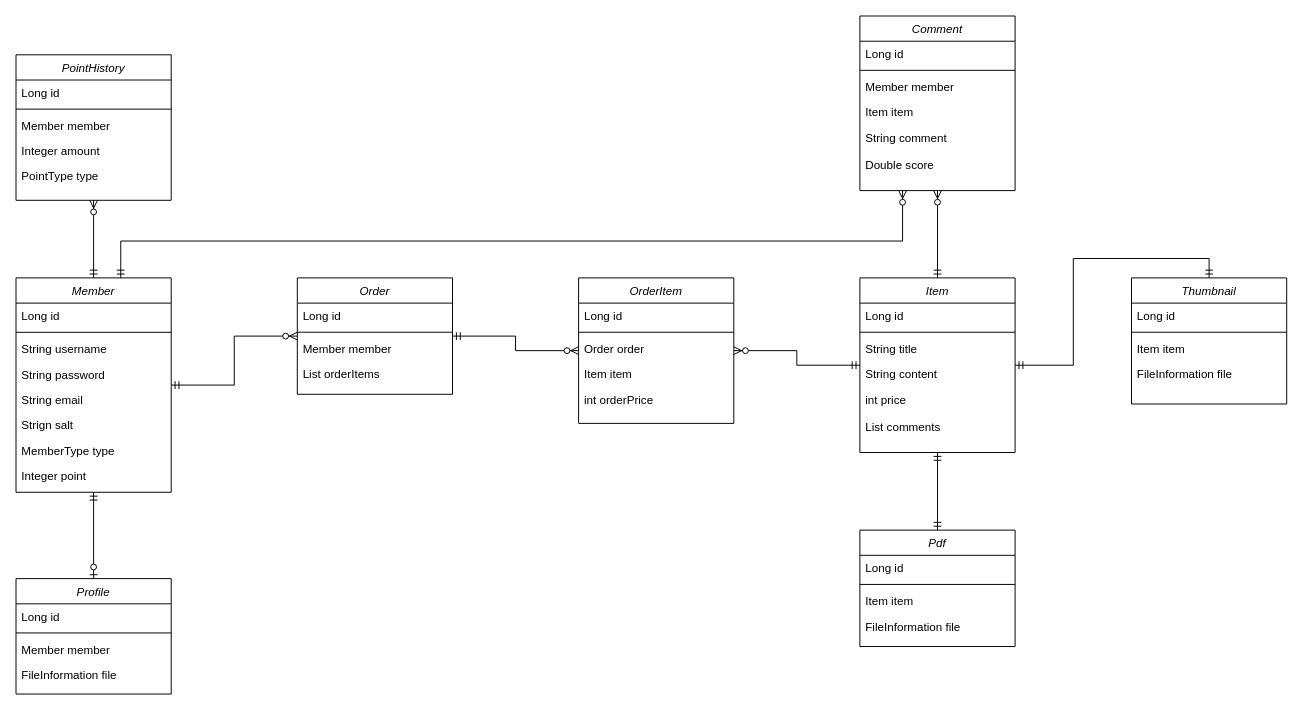
This is V2.0/PDFLO_V2.0_Entity_Diagram.drawio from travelbeeee/PDFLO, a draw.io file, before an edit. Source tidied: cells renumbered, new cells numbered last; positions are measured from the earlier drawing's top-left corner, leaving out a move shared by most shapes. Both pictures are drawn from the tidied source at 97%, with x=0, y=0 at pixel (16, 16).
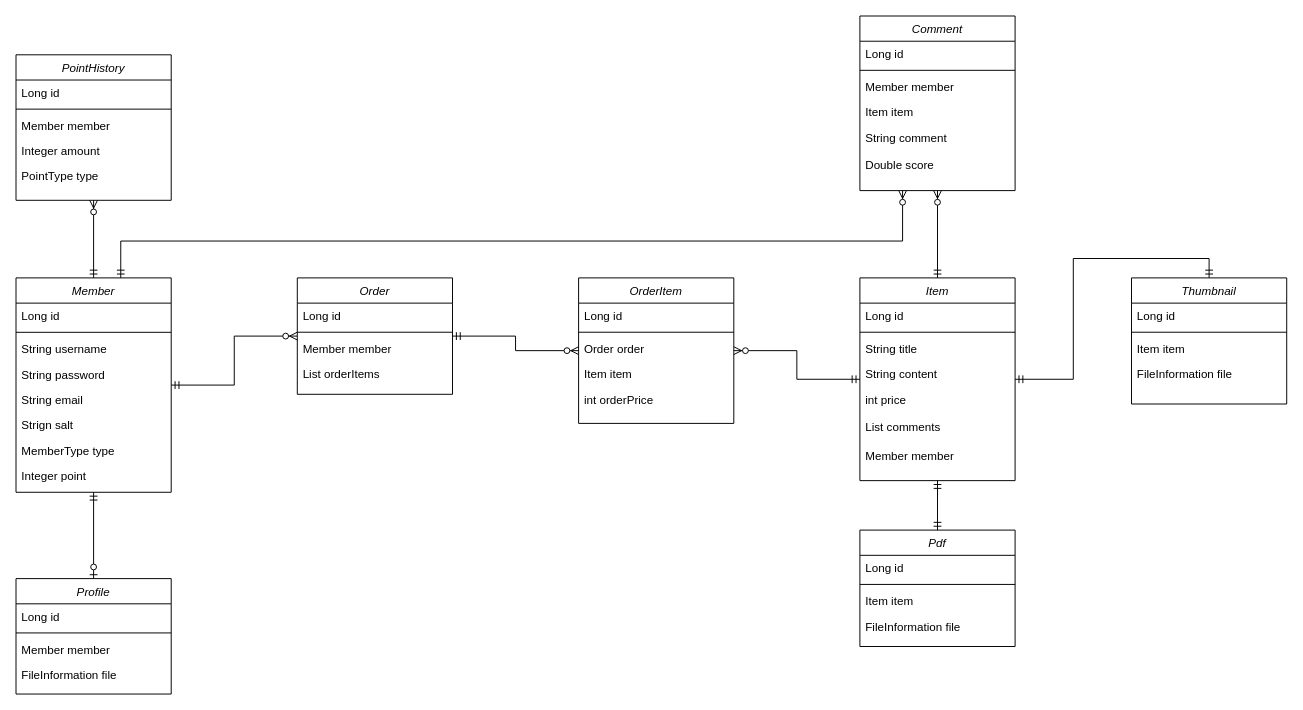
The same diagram, later.

The change refers to these unchanged cells:
```xml
<mxCell id="55" style="group;" parent="54" vertex="1">
  <mxGeometry width="160" height="220" as="geometry" />
</mxCell>
```

Diff of the diagram source:
```diff
@@
     <mxCell id="56" value="Item" style="swimlane;fontStyle=2;align=center;verticalAlign=top;horizontal=1;startSize=26;rounded=0;shadow=0;strokeWidth=1;" parent="55" vertex="1">
-      <mxGeometry width="160" height="180" as="geometry" />
+      <mxGeometry width="160" height="209" as="geometry" />
     </mxCell>
@@
+    <mxCell id="80" value="Member member" style="text;align=left;verticalAlign=top;spacingLeft=4;spacingRight=4;overflow=hidden;rounded=0;shadow=0;html=0;" parent="1" vertex="1">
+      <mxGeometry x="870" y="440" width="160" height="26" as="geometry" />
+    </mxCell>
```
